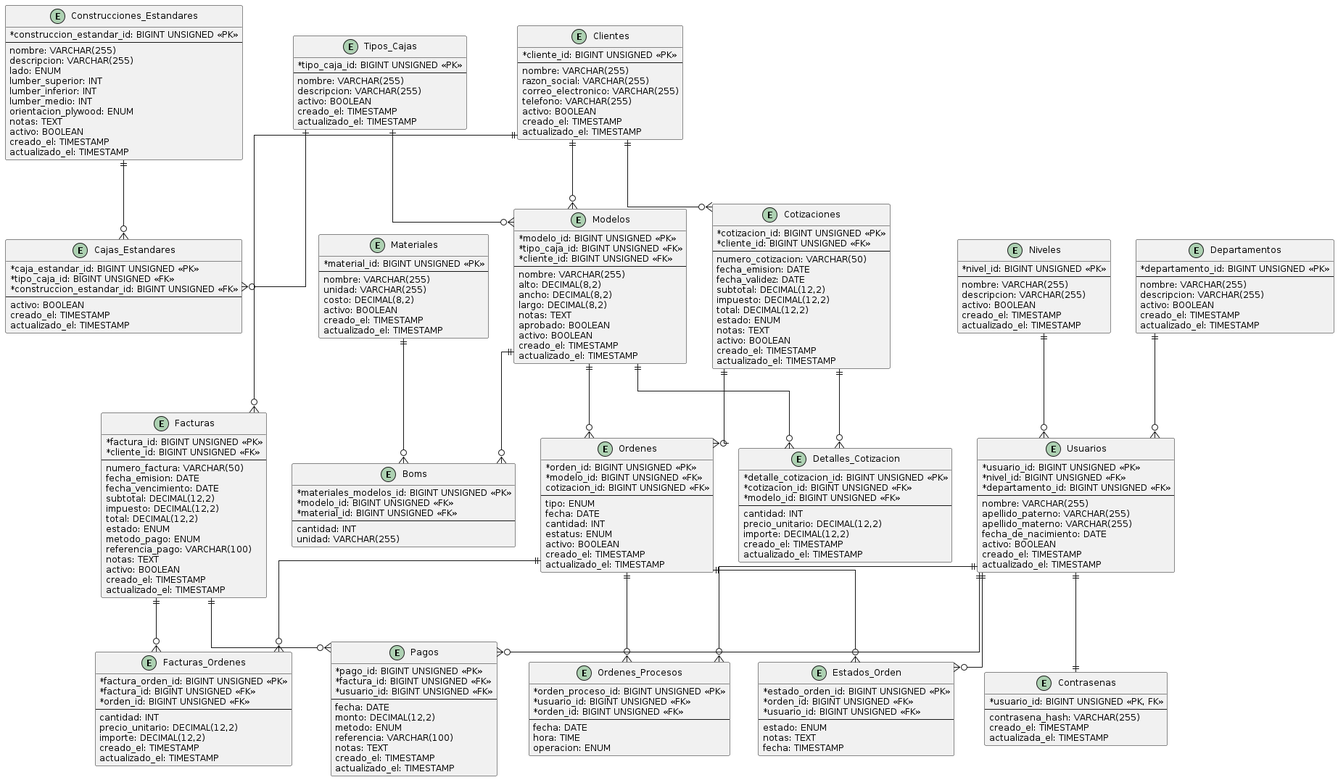
IsaacA-Dev/ByYourOrders keeps this PlantUML diagram as SQL/Esquema_Base_Datos.png. Above is the earlier version. Source of this version:
```plantuml
@startuml Esquema_Base_Datos

skinparam linetype ortho
skinparam monochrome false
skinparam shadowing false
skinparam defaultFontName Arial
skinparam defaultFontSize 12
skinparam packageStyle rectangle
skinparam classAttributeIconSize 0

!define ENTITY_BG_COLOR #E2F0FF
!define ENTITY_BORDER_COLOR #3C7FC0
!define RELATIONSHIP_COLOR #FF8C00

entity "Tipos_Cajas" as tipos_cajas {
  * tipo_caja_id: BIGINT UNSIGNED <<PK>>
  --
  nombre: VARCHAR(255)
  descripcion: VARCHAR(255)
  activo: BOOLEAN
  creado_el: TIMESTAMP
  actualizado_el: TIMESTAMP
}

entity "Construcciones_Estandares" as construcciones_estandares {
  * construccion_estandar_id: BIGINT UNSIGNED <<PK>>
  --
  nombre: VARCHAR(255)
  descripcion: VARCHAR(255)
  lado: ENUM
  lumber_superior: INT
  lumber_inferior: INT
  lumber_medio: INT
  orientacion_plywood: ENUM
  notas: TEXT
  activo: BOOLEAN
  creado_el: TIMESTAMP
  actualizado_el: TIMESTAMP
}

entity "Cajas_Estandares" as cajas_estandares {
  * caja_estandar_id: BIGINT UNSIGNED <<PK>>
  * tipo_caja_id: BIGINT UNSIGNED <<FK>>
  * construccion_estandar_id: BIGINT UNSIGNED <<FK>>
  --
  activo: BOOLEAN
  creado_el: TIMESTAMP
  actualizado_el: TIMESTAMP
}

entity "Departamentos" as departamentos {
  * departamento_id: BIGINT UNSIGNED <<PK>>
  --
  nombre: VARCHAR(255)
  descripcion: VARCHAR(255)
  activo: BOOLEAN
  creado_el: TIMESTAMP
  actualizado_el: TIMESTAMP
}

entity "Niveles" as niveles {
  * nivel_id: BIGINT UNSIGNED <<PK>>
  --
  nombre: VARCHAR(255)
  descripcion: VARCHAR(255)
  activo: BOOLEAN
  creado_el: TIMESTAMP
  actualizado_el: TIMESTAMP
}

entity "Usuarios" as usuarios {
  * usuario_id: BIGINT UNSIGNED <<PK>>
  * nivel_id: BIGINT UNSIGNED <<FK>>
  * departamento_id: BIGINT UNSIGNED <<FK>>
  --
  nombre: VARCHAR(255)
  apellido_paterno: VARCHAR(255)
  apellido_materno: VARCHAR(255)
  fecha_de_nacimiento: DATE
  activo: BOOLEAN
  creado_el: TIMESTAMP
  actualizado_el: TIMESTAMP
}

entity "Contrasenas" as contrasenas {
  * usuario_id: BIGINT UNSIGNED <<PK, FK>>
  --
  contrasena_hash: VARCHAR(255)
  creado_el: TIMESTAMP
  actualizada_el: TIMESTAMP
}

entity "Clientes" as clientes {
  * cliente_id: BIGINT UNSIGNED <<PK>>
  --
  nombre: VARCHAR(255)
  razon_social: VARCHAR(255)
  correo_electronico: VARCHAR(255)
  telefono: VARCHAR(255)
  activo: BOOLEAN
  creado_el: TIMESTAMP
  actualizado_el: TIMESTAMP
}

entity "Modelos" as modelos {
  * modelo_id: BIGINT UNSIGNED <<PK>>
  * tipo_caja_id: BIGINT UNSIGNED <<FK>>
  * cliente_id: BIGINT UNSIGNED <<FK>>
  --
  nombre: VARCHAR(255)
  alto: DECIMAL(8,2)
  ancho: DECIMAL(8,2)
  largo: DECIMAL(8,2)
  notas: TEXT
  aprobado: BOOLEAN
  activo: BOOLEAN
  creado_el: TIMESTAMP
  actualizado_el: TIMESTAMP
}

entity "Materiales" as materiales {
  * material_id: BIGINT UNSIGNED <<PK>>
  --
  nombre: VARCHAR(255)
  unidad: VARCHAR(255)
  costo: DECIMAL(8,2)
  activo: BOOLEAN
  creado_el: TIMESTAMP
  actualizado_el: TIMESTAMP
}

entity "Boms" as boms {
  * materiales_modelos_id: BIGINT UNSIGNED <<PK>>
  * modelo_id: BIGINT UNSIGNED <<FK>>
  * material_id: BIGINT UNSIGNED <<FK>>
  --
  cantidad: INT
  unidad: VARCHAR(255)
}

entity "Cotizaciones" as cotizaciones {
  * cotizacion_id: BIGINT UNSIGNED <<PK>>
  * cliente_id: BIGINT UNSIGNED <<FK>>
  --
  numero_cotizacion: VARCHAR(50)
  fecha_emision: DATE
  fecha_validez: DATE
  subtotal: DECIMAL(12,2)
  impuesto: DECIMAL(12,2)
  total: DECIMAL(12,2)
  estado: ENUM
  notas: TEXT
  activo: BOOLEAN
  creado_el: TIMESTAMP
  actualizado_el: TIMESTAMP
}

entity "Detalles_Cotizacion" as detalles_cotizacion {
  * detalle_cotizacion_id: BIGINT UNSIGNED <<PK>>
  * cotizacion_id: BIGINT UNSIGNED <<FK>>
  * modelo_id: BIGINT UNSIGNED <<FK>>
  --
  cantidad: INT
  precio_unitario: DECIMAL(12,2)
  importe: DECIMAL(12,2)
  creado_el: TIMESTAMP
  actualizado_el: TIMESTAMP
}

entity "Ordenes" as ordenes {
  * orden_id: BIGINT UNSIGNED <<PK>>
  * modelo_id: BIGINT UNSIGNED <<FK>>
  cotizacion_id: BIGINT UNSIGNED <<FK>>
  --
  tipo: ENUM
  fecha: DATE
  cantidad: INT
  estatus: ENUM
  activo: BOOLEAN
  creado_el: TIMESTAMP
  actualizado_el: TIMESTAMP
}

entity "Ordenes_Procesos" as ordenes_procesos {
  * orden_proceso_id: BIGINT UNSIGNED <<PK>>
  * usuario_id: BIGINT UNSIGNED <<FK>>
  * orden_id: BIGINT UNSIGNED <<FK>>
  --
  fecha: DATE
  hora: TIME
  operacion: ENUM
}

entity "Estados_Orden" as estados_orden {
  * estado_orden_id: BIGINT UNSIGNED <<PK>>
  * orden_id: BIGINT UNSIGNED <<FK>>
  * usuario_id: BIGINT UNSIGNED <<FK>>
  --
  estado: ENUM
  notas: TEXT
  fecha: TIMESTAMP
}

entity "Facturas" as facturas {
  * factura_id: BIGINT UNSIGNED <<PK>>
  * cliente_id: BIGINT UNSIGNED <<FK>>
  --
  numero_factura: VARCHAR(50)
  fecha_emision: DATE
  fecha_vencimiento: DATE
  subtotal: DECIMAL(12,2)
  impuesto: DECIMAL(12,2)
  total: DECIMAL(12,2)
  estado: ENUM
  metodo_pago: ENUM
  referencia_pago: VARCHAR(100)
  notas: TEXT
  activo: BOOLEAN
  creado_el: TIMESTAMP
  actualizado_el: TIMESTAMP
}

entity "Facturas_Ordenes" as facturas_ordenes {
  * factura_orden_id: BIGINT UNSIGNED <<PK>>
  * factura_id: BIGINT UNSIGNED <<FK>>
  * orden_id: BIGINT UNSIGNED <<FK>>
  --
  cantidad: INT
  precio_unitario: DECIMAL(12,2)
  importe: DECIMAL(12,2)
  creado_el: TIMESTAMP
  actualizado_el: TIMESTAMP
}

entity "Pagos" as pagos {
  * pago_id: BIGINT UNSIGNED <<PK>>
  * factura_id: BIGINT UNSIGNED <<FK>>
  * usuario_id: BIGINT UNSIGNED <<FK>>
  --
  fecha: DATE
  monto: DECIMAL(12,2)
  metodo: ENUM
  referencia: VARCHAR(100)
  notas: TEXT
  creado_el: TIMESTAMP
  actualizado_el: TIMESTAMP
}


tipos_cajas ||--o{ cajas_estandares
construcciones_estandares ||--o{ cajas_estandares
tipos_cajas ||--o{ modelos

departamentos ||--o{ usuarios
niveles ||--o{ usuarios
usuarios ||--|| contrasenas

clientes ||--o{ modelos
clientes ||--o{ cotizaciones
clientes ||--o{ facturas

modelos ||--o{ boms
materiales ||--o{ boms

cotizaciones ||--o{ detalles_cotizacion
modelos ||--o{ detalles_cotizacion
cotizaciones ||--o{ ordenes

modelos ||--o{ ordenes
ordenes ||--o{ ordenes_procesos
usuarios ||--o{ ordenes_procesos
ordenes ||--o{ estados_orden
usuarios ||--o{ estados_orden

facturas ||--o{ facturas_ordenes
ordenes ||--o{ facturas_ordenes
facturas ||--o{ pagos
usuarios ||--o{ pagos

@enduml
```
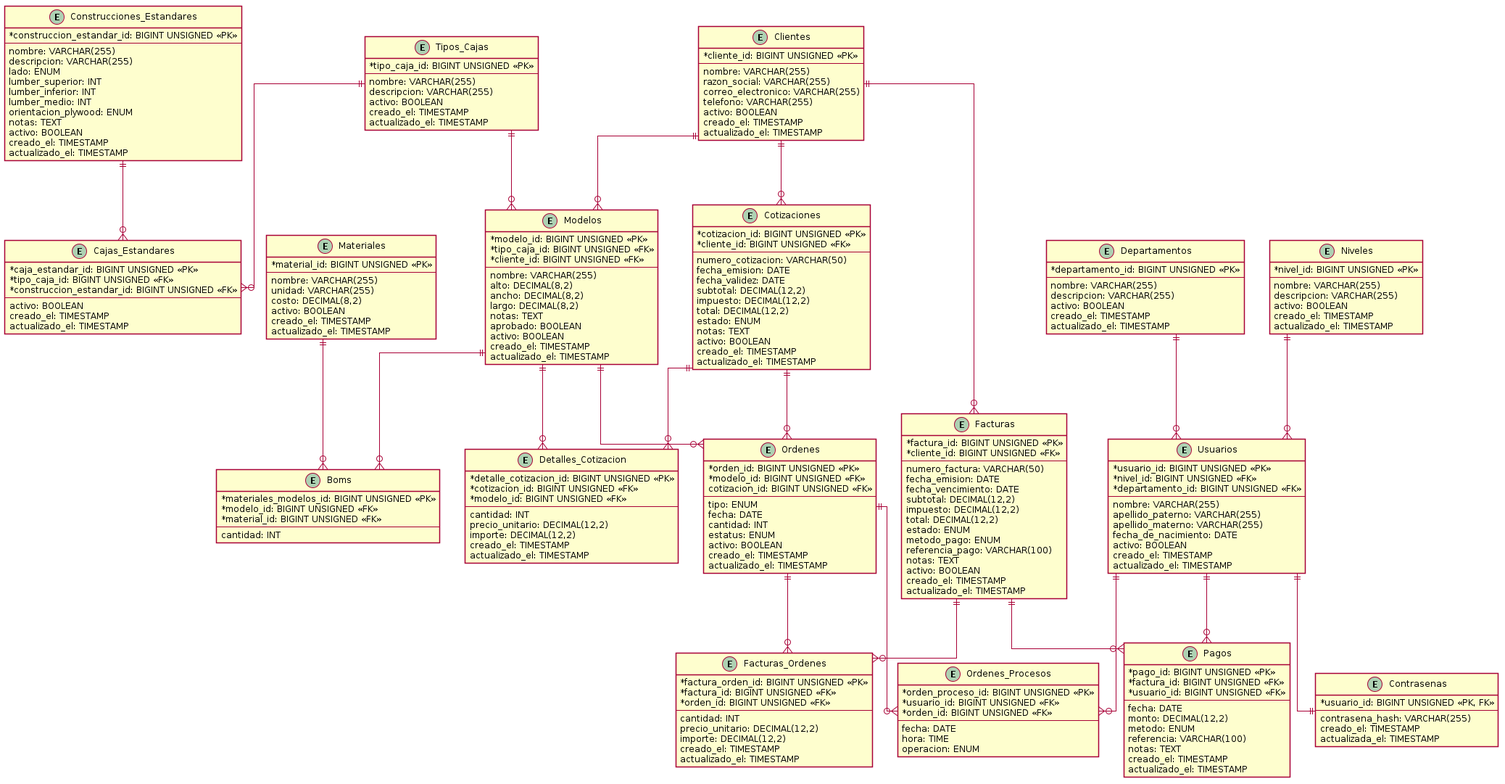
The same file after the commit.

Commit message:
Esquema de la base de datos

The edit, as a diff of the source:
```diff
@@ -8,9 +8,6 @@
 skinparam packageStyle rectangle
 skinparam classAttributeIconSize 0
 
-!define ENTITY_BG_COLOR #E2F0FF
-!define ENTITY_BORDER_COLOR #3C7FC0
-!define RELATIONSHIP_COLOR #FF8C00
 
 entity "Tipos_Cajas" as tipos_cajas {
   * tipo_caja_id: BIGINT UNSIGNED <<PK>>
@@ -135,7 +132,6 @@
   * material_id: BIGINT UNSIGNED <<FK>>
   --
   cantidad: INT
-  unidad: VARCHAR(255)
 }
 
 entity "Cotizaciones" as cotizaciones {
@@ -189,16 +185,6 @@
   fecha: DATE
   hora: TIME
   operacion: ENUM
-}
-
-entity "Estados_Orden" as estados_orden {
-  * estado_orden_id: BIGINT UNSIGNED <<PK>>
-  * orden_id: BIGINT UNSIGNED <<FK>>
-  * usuario_id: BIGINT UNSIGNED <<FK>>
-  --
-  estado: ENUM
-  notas: TEXT
-  fecha: TIMESTAMP
 }
 
 entity "Facturas" as facturas {
@@ -269,8 +255,6 @@
 modelos ||--o{ ordenes
 ordenes ||--o{ ordenes_procesos
 usuarios ||--o{ ordenes_procesos
-ordenes ||--o{ estados_orden
-usuarios ||--o{ estados_orden
 
 facturas ||--o{ facturas_ordenes
 ordenes ||--o{ facturas_ordenes
```
